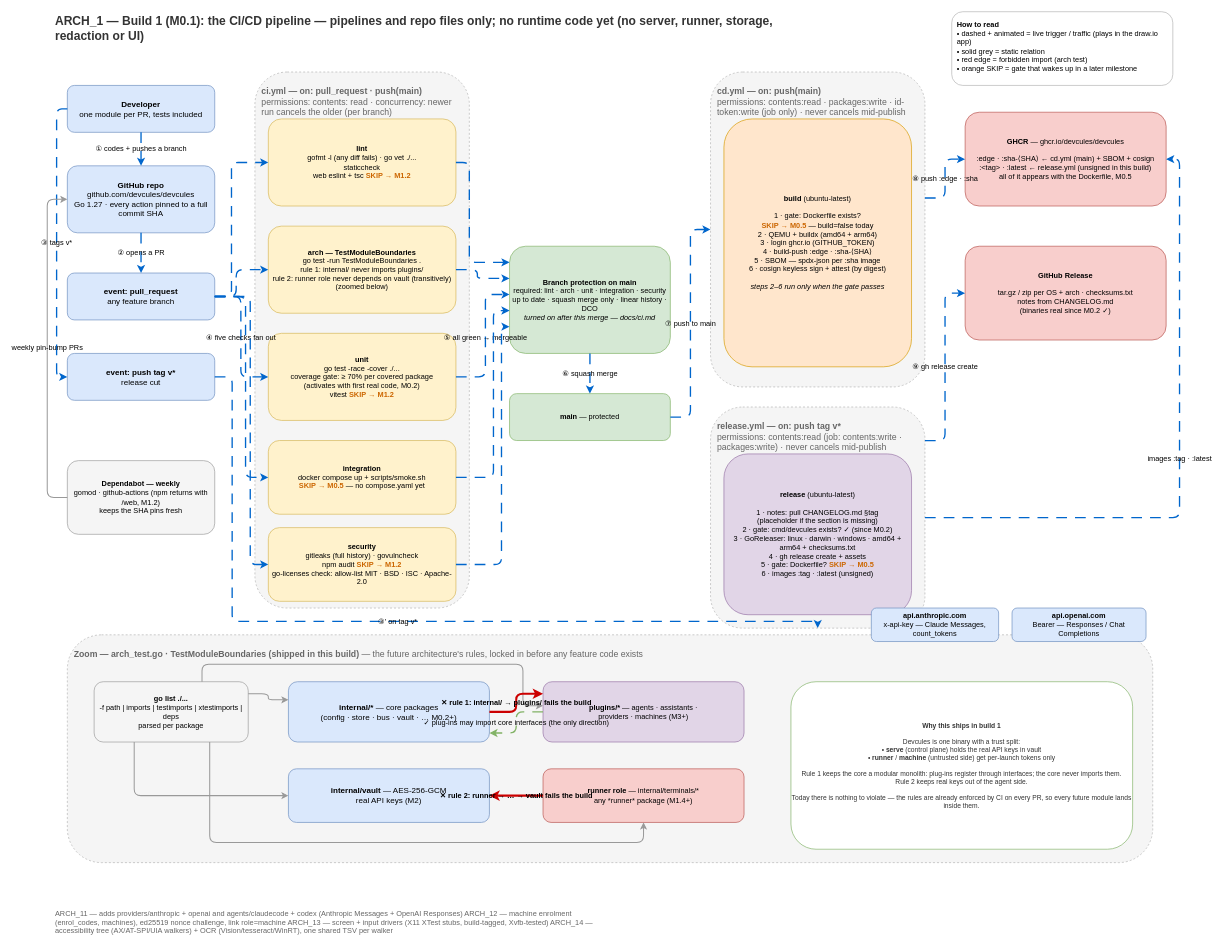
Before: page "Arch_1" (1 of 18) of docs/diagrams/devcules-architecture.drawio in devcules/devcules, a draw.io diagram. Source tidied: cells renumbered, new cells numbered last; positions are measured from the earlier drawing's top-left corner, leaving out a move shared by most shapes. Both pictures are drawn from the tidied source at 67%, with x=0, y=0 at pixel (47, 11).
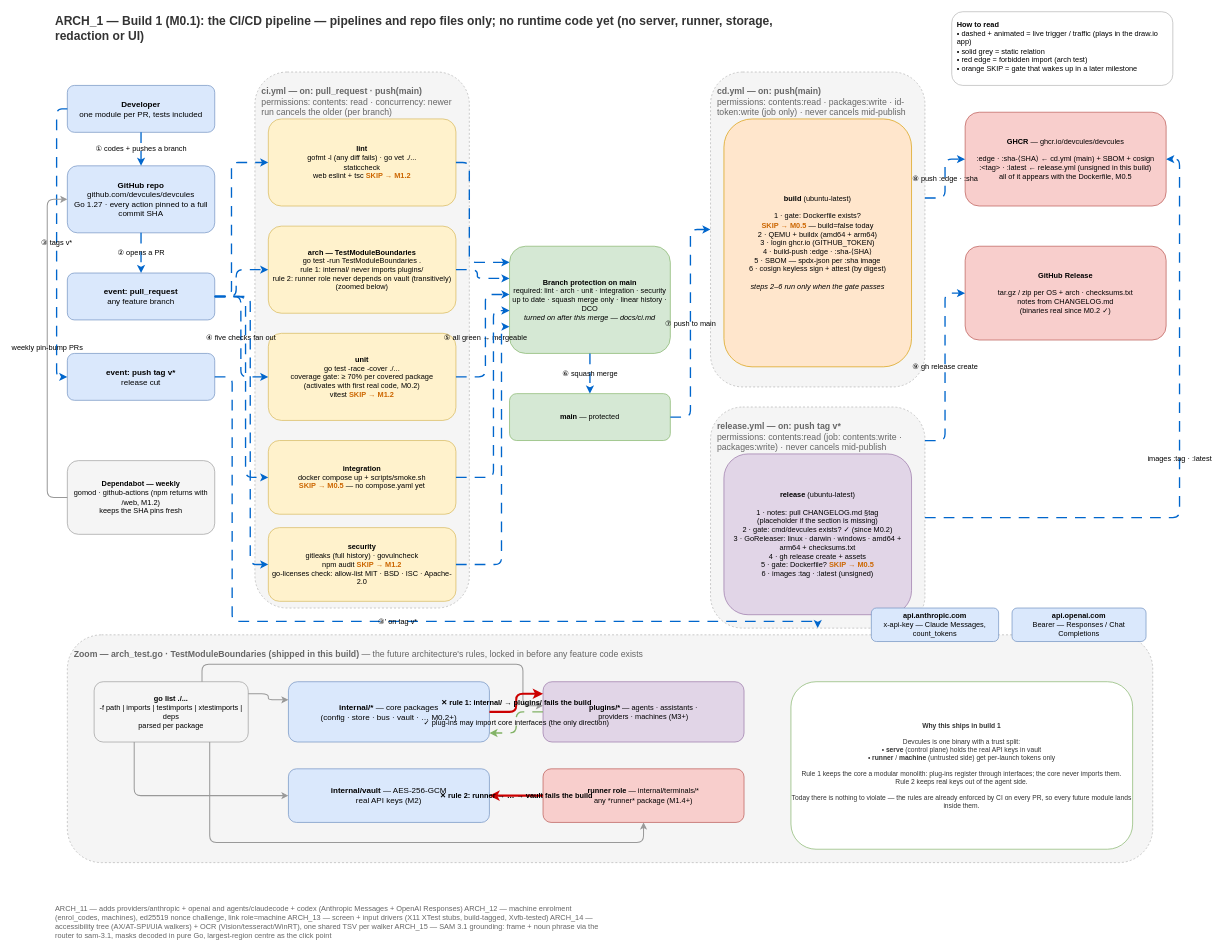
The same diagram, later.

Diff of the diagram source:
```diff
@@
-    <mxCell id="59" value="ARCH_11 — adds providers/anthropic + openai and agents/claudecode + codex (Anthropic Messages + OpenAI Responses) ARCH_12 — machine enrolment (enrol_codes, machines), ed25519 nonce challenge, link role=machine ARCH_13 — screen + input drivers (X11 XTest stubs, build-tagged, Xvfb-tested) ARCH_14 — accessibility tree (AX/AT-SPI/UIA walkers) + OCR (Vision/tesseract/WinRT), one shared TSV per walker" style="text;html=1;strokeColor=none;fillColor=none;align=left;verticalAlign=middle;whiteSpace=wrap;fontSize=11;fontColor=#666666;" parent="1" vertex="1">
+    <mxCell id="59" value="ARCH_11 — adds providers/anthropic + openai and agents/claudecode + codex (Anthropic Messages + OpenAI Responses) ARCH_12 — machine enrolment (enrol_codes, machines), ed25519 nonce challenge, link role=machine ARCH_13 — screen + input drivers (X11 XTest stubs, build-tagged, Xvfb-tested) ARCH_14 — accessibility tree (AX/AT-SPI/UIA walkers) + OCR (Vision/tesseract/WinRT), one shared TSV per walker ARCH_15 — SAM 3.1 grounding: frame + noun phrase via the router to sam-3.1, masks decoded in pure Go, largest-region centre as the click point" style="text;html=1;strokeColor=none;fillColor=none;align=left;verticalAlign=middle;whiteSpace=wrap;fontSize=11;fontColor=#666666;" parent="1" vertex="1">
       <mxGeometry x="10" y="1350" width="820" height="18" as="geometry" />
     </mxCell>
```
